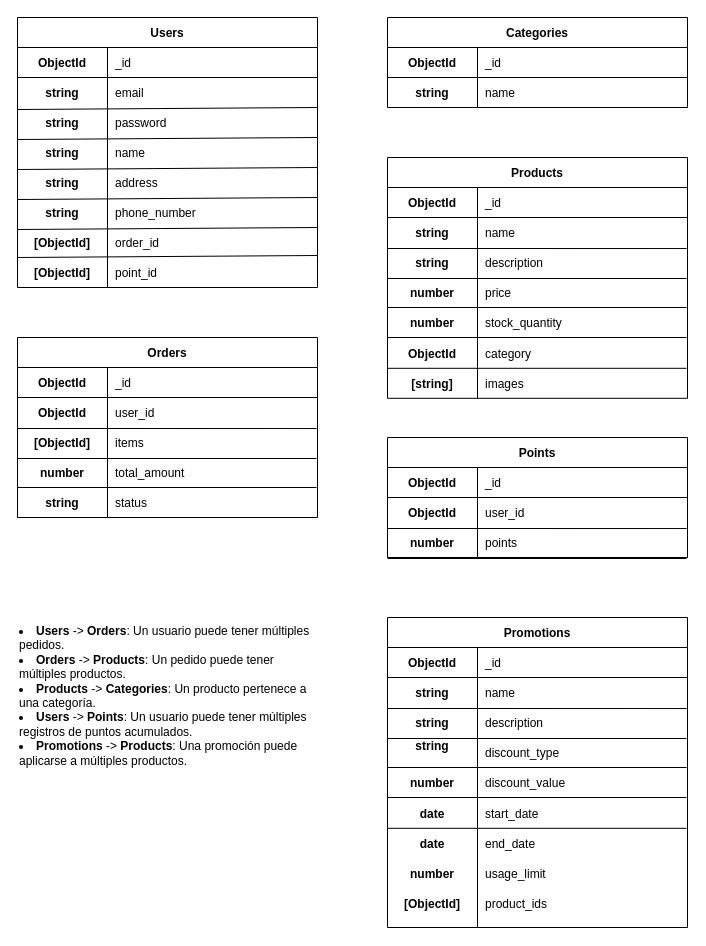
Before: delyapp.drawio in 0800WEB/Delyapp-back, a draw.io diagram. Source tidied: cells renumbered, new cells numbered last; positions are measured from the earlier drawing's top-left corner, leaving out a move shared by most shapes. Both pictures are drawn from the tidied source at 100%, with x=0, y=0 at pixel (17, 17).
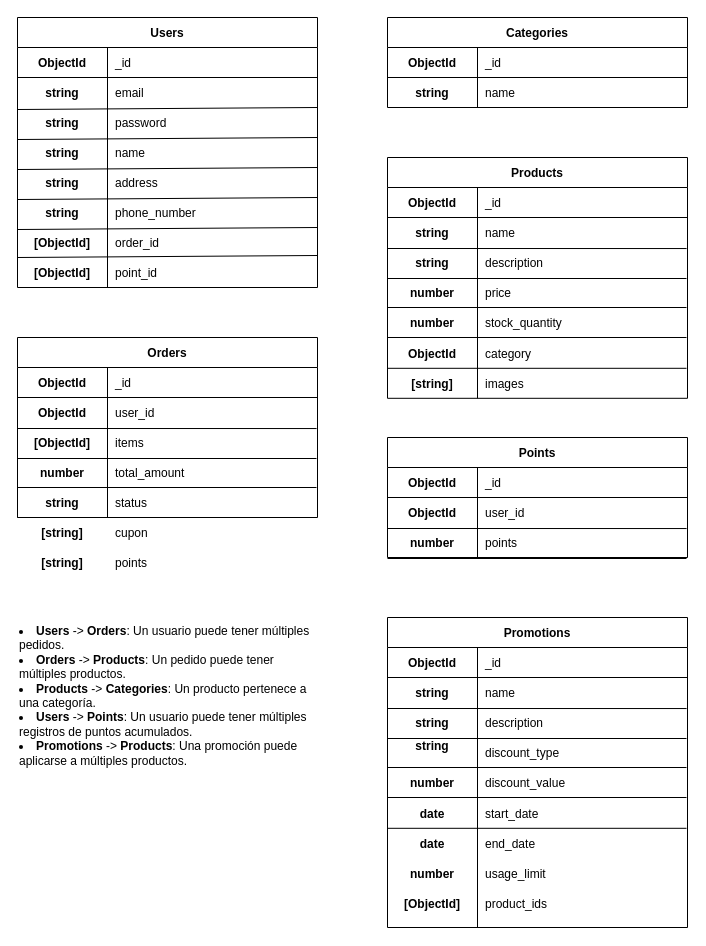
The same page after the edit.

What changed in the source:
```diff
@@
+    <mxCell id="116" value="[string]" style="shape=partialRectangle;overflow=hidden;fillColor=none;top=0;left=0;bottom=0;right=0;fontStyle=1;strokeColor=default;" parent="1" vertex="1">
+      <mxGeometry y="500" width="90" height="30" as="geometry" />
+    </mxCell>
+    <mxCell id="117" value="cupon" style="shape=partialRectangle;overflow=hidden;fillColor=none;top=0;left=0;bottom=0;right=0;align=left;spacingLeft=6;fontStyle=0;" parent="1" vertex="1">
+      <mxGeometry x="90" y="500" width="210" height="30" as="geometry" />
+    </mxCell>
+    <mxCell id="118" value="[string]" style="shape=partialRectangle;overflow=hidden;fillColor=none;top=0;left=0;bottom=0;right=0;fontStyle=1;strokeColor=default;" parent="1" vertex="1">
+      <mxGeometry y="530" width="90" height="30" as="geometry" />
+    </mxCell>
+    <mxCell id="119" value="points" style="shape=partialRectangle;overflow=hidden;fillColor=none;top=0;left=0;bottom=0;right=0;align=left;spacingLeft=6;fontStyle=0;" parent="1" vertex="1">
+      <mxGeometry x="90" y="530" width="210" height="30" as="geometry" />
+    </mxCell>
```
